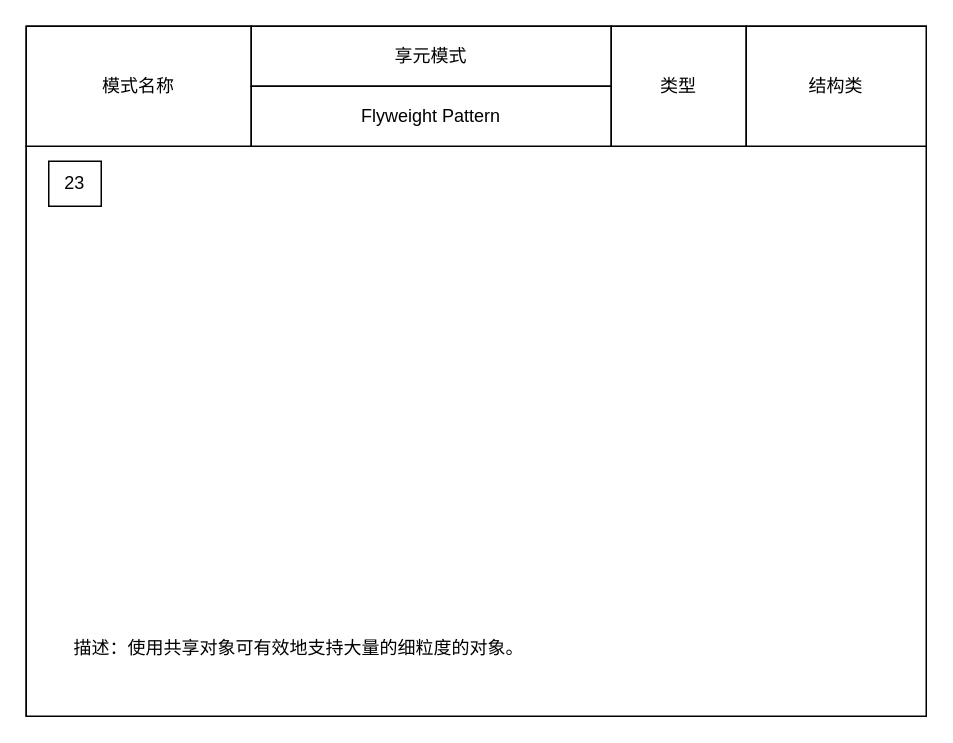
Above: page "享元模式" (22 of 23) of 设计模式/设计模式.drawio in damaoguo/Architect (draw.io), before the change. Source tidied: cells renumbered, new cells numbered last; positions are measured from the earlier drawing's top-left corner, leaving out a move shared by most shapes. Both pictures are drawn from the tidied source at 150%, with x=0, y=0 at pixel (26, 26).
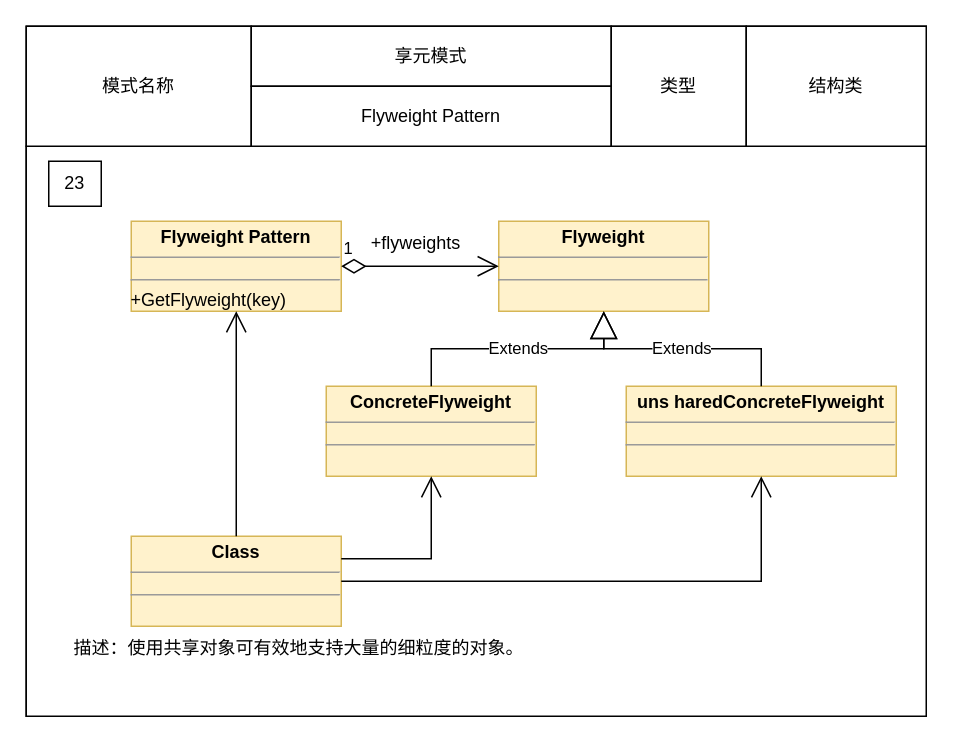
The same page after the edit.

Unchanged cells that the change refers to:
```xml
<mxCell id="2" style="group;" parent="1" vertex="1">
  <mxGeometry width="600" height="460" as="geometry" />
</mxCell>
```

Diff of the diagram source:
```diff
@@
+    <mxCell id="12" value="&lt;p style=&quot;margin: 0px ; margin-top: 4px ; text-align: center&quot;&gt;&lt;b&gt;Flyweight&lt;/b&gt;&lt;/p&gt;&lt;hr size=&quot;1&quot;&gt;&lt;div style=&quot;height: 2px&quot;&gt;&lt;/div&gt;&lt;hr size=&quot;1&quot;&gt;&lt;div style=&quot;height: 2px&quot;&gt;&lt;/div&gt;" style="verticalAlign=top;align=left;overflow=fill;fontSize=12;fontFamily=Helvetica;html=1;fillColor=#fff2cc;strokeColor=#d6b656;" parent="2" vertex="1">
+      <mxGeometry x="315" y="130" width="140" height="60" as="geometry" />
+    </mxCell>
+    <mxCell id="13" value="&lt;p style=&quot;margin: 0px ; margin-top: 4px ; text-align: center&quot;&gt;&lt;b&gt;Flyweight Pattern&lt;/b&gt;&lt;/p&gt;&lt;hr size=&quot;1&quot;&gt;&lt;div style=&quot;height: 2px&quot;&gt;&lt;/div&gt;&lt;hr size=&quot;1&quot;&gt;&lt;div style=&quot;height: 2px&quot;&gt;+GetFlyweight(key)&lt;/div&gt;" style="verticalAlign=top;align=left;overflow=fill;fontSize=12;fontFamily=Helvetica;html=1;fillColor=#fff2cc;strokeColor=#d6b656;" parent="2" vertex="1">
+      <mxGeometry x="70" y="130" width="140" height="60" as="geometry" />
+    </mxCell>
+    <mxCell id="14" value="&lt;p style=&quot;margin:0px;margin-top:4px;text-align:center;&quot;&gt;&lt;b&gt;Class&lt;/b&gt;&lt;/p&gt;&lt;hr size=&quot;1&quot;/&gt;&lt;div style=&quot;height:2px;&quot;&gt;&lt;/div&gt;&lt;hr size=&quot;1&quot;/&gt;&lt;div style=&quot;height:2px;&quot;&gt;&lt;/div&gt;" style="verticalAlign=top;align=left;overflow=fill;fontSize=12;fontFamily=Helvetica;html=1;fillColor=#fff2cc;strokeColor=#d6b656;" parent="2" vertex="1">
+      <mxGeometry x="70" y="340" width="140" height="60" as="geometry" />
+    </mxCell>
+    <mxCell id="15" value="&lt;p style=&quot;margin: 0px ; margin-top: 4px ; text-align: center&quot;&gt;&lt;b&gt;ConcreteFlyweight&lt;/b&gt;&lt;/p&gt;&lt;hr size=&quot;1&quot;&gt;&lt;div style=&quot;height: 2px&quot;&gt;&lt;/div&gt;&lt;hr size=&quot;1&quot;&gt;&lt;div style=&quot;height: 2px&quot;&gt;&lt;/div&gt;" style="verticalAlign=top;align=left;overflow=fill;fontSize=12;fontFamily=Helvetica;html=1;fillColor=#fff2cc;strokeColor=#d6b656;" parent="2" vertex="1">
+      <mxGeometry x="200" y="240" width="140" height="60" as="geometry" />
+    </mxCell>
+    <mxCell id="16" value="&lt;p style=&quot;margin: 0px ; margin-top: 4px ; text-align: center&quot;&gt;&lt;b&gt;uns haredConcreteFlyweight&lt;/b&gt;&lt;/p&gt;&lt;hr size=&quot;1&quot;&gt;&lt;div style=&quot;height: 2px&quot;&gt;&lt;/div&gt;&lt;hr size=&quot;1&quot;&gt;&lt;div style=&quot;height: 2px&quot;&gt;&lt;/div&gt;" style="verticalAlign=top;align=left;overflow=fill;fontSize=12;fontFamily=Helvetica;html=1;fillColor=#fff2cc;strokeColor=#d6b656;" parent="2" vertex="1">
+      <mxGeometry x="400" y="240" width="180" height="60" as="geometry" />
+    </mxCell>
+    <mxCell id="17" value="1" style="endArrow=open;html=1;endSize=12;startArrow=diamondThin;startSize=14;startFill=0;edgeStyle=orthogonalEdgeStyle;align=left;verticalAlign=bottom;rounded=0;exitX=1;exitY=0.5;exitDx=0;exitDy=0;entryX=0;entryY=0.5;entryDx=0;entryDy=0;" parent="2" edge="1" source="13" target="12">
+      <mxGeometry x="-1" y="3" relative="1" as="geometry" />
+    </mxCell>
+    <mxCell id="18" value="+flyweights" style="text;html=1;strokeColor=none;fillColor=none;align=center;verticalAlign=middle;whiteSpace=wrap;rounded=0;" parent="2" vertex="1">
+      <mxGeometry x="230" y="130" width="60" height="30" as="geometry" />
+    </mxCell>
+    <mxCell id="19" value="Extends" style="endArrow=block;endSize=16;endFill=0;html=1;rounded=0;edgeStyle=orthogonalEdgeStyle;exitX=0.5;exitY=0;exitDx=0;exitDy=0;entryX=0.5;entryY=1;entryDx=0;entryDy=0;" parent="2" edge="1" source="15" target="12">
+      <mxGeometry relative="1" as="geometry" />
+    </mxCell>
+    <mxCell id="20" value="Extends" style="endArrow=block;endSize=16;endFill=0;html=1;rounded=0;edgeStyle=orthogonalEdgeStyle;entryX=0.5;entryY=1;entryDx=0;entryDy=0;" parent="2" edge="1" source="16" target="12">
+      <mxGeometry relative="1" as="geometry" />
+    </mxCell>
+    <mxCell id="21" style="endArrow=open;endFill=1;endSize=12;html=1;rounded=0;edgeStyle=orthogonalEdgeStyle;exitX=0.5;exitY=0;exitDx=0;exitDy=0;entryX=0.5;entryY=1;entryDx=0;entryDy=0;" parent="2" edge="1" source="14" target="13">
+      <mxGeometry relative="1" as="geometry" />
+    </mxCell>
+    <mxCell id="22" style="endArrow=open;endFill=1;endSize=12;html=1;rounded=0;edgeStyle=orthogonalEdgeStyle;exitX=1;exitY=0.25;exitDx=0;exitDy=0;" parent="2" edge="1" source="14" target="15">
+      <mxGeometry relative="1" as="geometry" />
+    </mxCell>
+    <mxCell id="23" style="endArrow=open;endFill=1;endSize=12;html=1;rounded=0;edgeStyle=orthogonalEdgeStyle;exitX=1;exitY=0.5;exitDx=0;exitDy=0;" parent="2" edge="1" source="14" target="16">
+      <mxGeometry relative="1" as="geometry" />
+    </mxCell>
```
